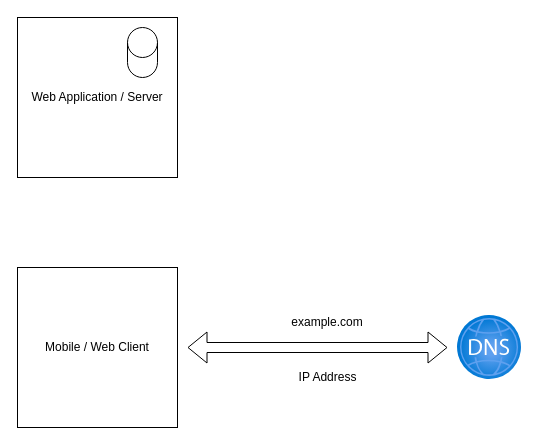
mursalinir/design keeps this draw.io diagram as Untitled Diagram.drawio. Above is the earlier version. Source tidied: cells renumbered, new cells numbered last; positions are measured from the earlier drawing's top-left corner, leaving out a move shared by most shapes. Both pictures are drawn from the tidied source at 100%, with x=0, y=0 at pixel (17, 17).
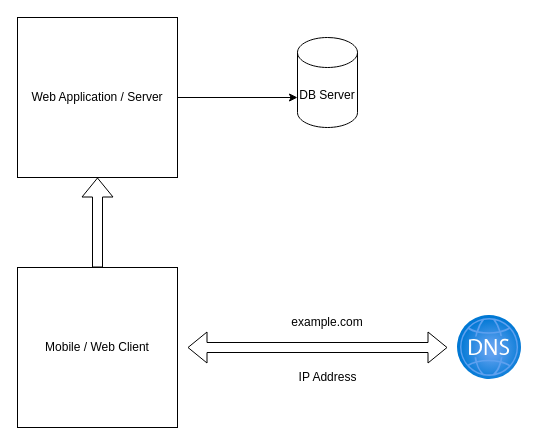
The same page after the edit.

Change to the diagram source:
```diff
@@
 <mxGraphModel>
   <root>
     <mxCell id="0" />
     <mxCell id="1" parent="0" />
     <mxCell id="2" value="Web Application / Server" style="whiteSpace=wrap;html=1;" parent="1" vertex="1">
       <mxGeometry width="160" height="160" as="geometry" />
     </mxCell>
-    <mxCell id="3" style="shape=cylinder3;whiteSpace=wrap;html=1;boundedLbl=1;backgroundOutline=1;size=15;" parent="1" vertex="1">
-      <mxGeometry x="110" y="10" width="30" height="50" as="geometry" />
+    <mxCell id="3" value="DB Server" style="shape=cylinder3;whiteSpace=wrap;html=1;boundedLbl=1;backgroundOutline=1;size=15;" parent="1" vertex="1">
+      <mxGeometry x="280" y="20" width="60" height="90" as="geometry" />
     </mxCell>
     <mxCell id="4" value="Mobile / Web Client" style="whiteSpace=wrap;html=1;" parent="1" vertex="1">
       <mxGeometry y="250" width="160" height="160" as="geometry" />
     </mxCell>
     <mxCell id="5" style="html=1;align=center;image;fontSize=12;image=img/lib/azure2/networking/DNS_Zones.svg;" parent="1" vertex="1">
       <mxGeometry x="440" y="298" width="64" height="64" as="geometry" />
     </mxCell>
     <mxCell id="6" style="shape=flexArrow;endArrow=classic;startArrow=classic;html=1;rounded=0;" parent="1" edge="1">
       <mxGeometry relative="1" as="geometry">
         <mxPoint x="170" y="330" as="sourcePoint" />
         <mxPoint x="430" y="330" as="targetPoint" />
       </mxGeometry>
     </mxCell>
     <mxCell id="7" value="example.com" style="text;html=1;strokeColor=none;fillColor=none;align=center;verticalAlign=middle;whiteSpace=wrap;rounded=0;" parent="1" vertex="1">
       <mxGeometry x="280" y="290" width="60" height="30" as="geometry" />
     </mxCell>
     <mxCell id="8" value="IP Address" style="text;html=1;align=center;verticalAlign=middle;strokeColor=none;fillColor=none;" parent="1" vertex="1">
       <mxGeometry x="270" y="345" width="80" height="30" as="geometry" />
     </mxCell>
+    <mxCell id="9" style="shape=flexArrow;endArrow=classic;html=1;rounded=0;exitX=0.5;exitY=0;exitDx=0;exitDy=0;" parent="1" edge="1" source="4" target="2">
+      <mxGeometry relative="1" as="geometry" />
+    </mxCell>
+    <mxCell id="10" style="endArrow=classic;html=1;rounded=0;entryX=0;entryY=0;entryDx=0;entryDy=60;entryPerimeter=0;" parent="1" edge="1" target="3">
+      <mxGeometry relative="1" as="geometry">
+        <mxPoint x="160" y="80" as="sourcePoint" />
+      </mxGeometry>
+    </mxCell>
   </root>
 </mxGraphModel>
```
